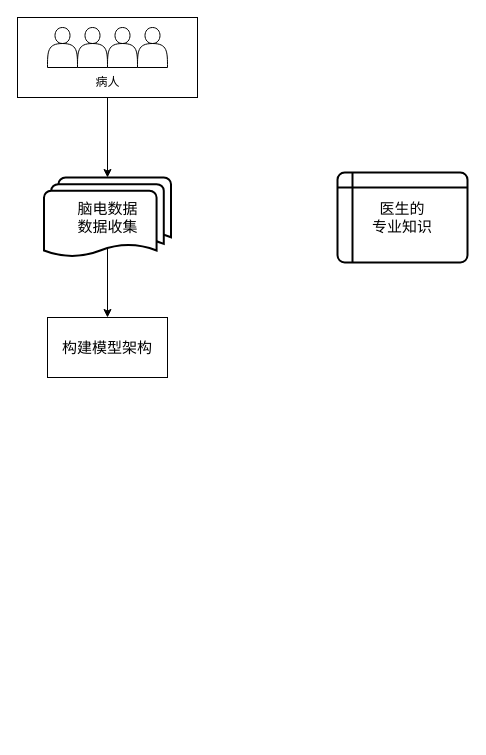
Above: 毕业论文图表/开题报告图表/开题报告流程图.drawio in chenjin/Paper (draw.io), before the change. Source tidied: cells renumbered, new cells numbered last; positions are measured from the earlier drawing's top-left corner, leaving out a move shared by most shapes. Both pictures are drawn from the tidied source at 100%, with x=0, y=0 at pixel (17, 17).
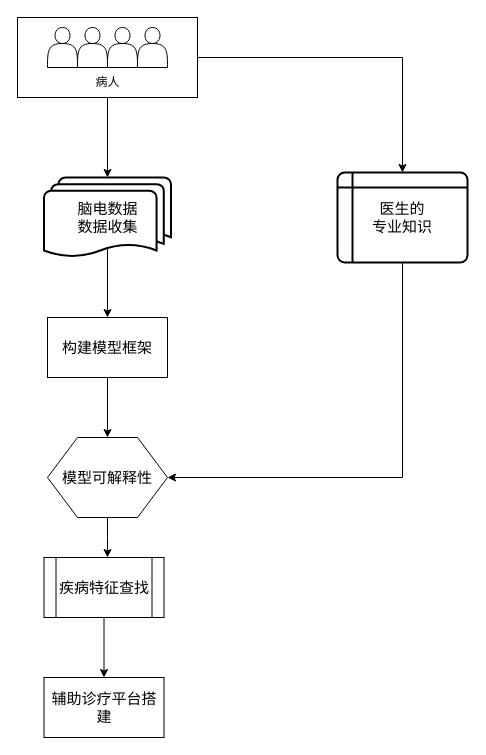
The same diagram, later.

Commit message:
Update 开题报告流程图.drawio

Unchanged cells that the change refers to:
```xml
<mxCell id="10" style="rounded=0;whiteSpace=wrap;html=1;fillColor=none;" parent="4" vertex="1">
  <mxGeometry width="180" height="80" as="geometry" />
</mxCell>
<mxCell id="14" value="&lt;font style=&quot;font-size: 15px&quot;&gt;医生的&lt;br&gt;专业知识&lt;/font&gt;" style="shape=internalStorage;whiteSpace=wrap;html=1;dx=15;dy=15;rounded=1;arcSize=8;strokeWidth=2;fillColor=none;" parent="1" vertex="1">
  <mxGeometry x="320" y="155" width="130" height="90" as="geometry" />
</mxCell>
```

The edit, as a diff of the source:
```diff
@@
+    <mxCell id="15" style="edgeStyle=orthogonalEdgeStyle;rounded=0;jettySize=auto;html=1;exitX=0.5;exitY=1;exitDx=0;exitDy=0;" parent="1" edge="1" source="13" target="19">
+      <mxGeometry relative="1" as="geometry" />
+    </mxCell>
-    <mxCell id="13" value="&lt;font style=&quot;font-size: 15px&quot;&gt;构建模型架构&lt;/font&gt;" style="rounded=0;whiteSpace=wrap;html=1;fillColor=none;" parent="1" vertex="1">
+    <mxCell id="13" value="&lt;font style=&quot;font-size: 15px&quot;&gt;构建模型框架&lt;br&gt;&lt;/font&gt;" style="rounded=0;whiteSpace=wrap;html=1;fillColor=none;" parent="1" vertex="1">
       <mxGeometry x="30" y="300" width="120" height="60" as="geometry" />
     </mxCell>
+    <mxCell id="16" style="edgeStyle=orthogonalEdgeStyle;rounded=0;jettySize=auto;html=1;exitX=0.5;exitY=1;exitDx=0;exitDy=0;entryX=1;entryY=0.5;entryDx=0;entryDy=0;" parent="1" edge="1" source="14" target="19">
+      <mxGeometry relative="1" as="geometry" />
+    </mxCell>
@@
+    <mxCell id="17" style="edgeStyle=orthogonalEdgeStyle;rounded=0;jettySize=auto;html=1;exitX=1;exitY=0.5;exitDx=0;exitDy=0;entryX=0.5;entryY=0;entryDx=0;entryDy=0;" parent="1" edge="1" source="10" target="14">
+      <mxGeometry relative="1" as="geometry" />
+    </mxCell>
+    <mxCell id="18" style="edgeStyle=orthogonalEdgeStyle;rounded=0;jettySize=auto;html=1;exitX=0.5;exitY=1;exitDx=0;exitDy=0;" parent="1" edge="1" source="19">
+      <mxGeometry relative="1" as="geometry">
+        <mxPoint x="90" y="540" as="targetPoint" />
+      </mxGeometry>
+    </mxCell>
+    <mxCell id="19" value="&lt;font style=&quot;font-size: 15px&quot;&gt;模型可解释性&lt;/font&gt;" style="shape=hexagon;perimeter=hexagonPerimeter2;whiteSpace=wrap;html=1;" parent="1" vertex="1">
+      <mxGeometry x="30" y="420" width="120" height="80" as="geometry" />
+    </mxCell>
+    <mxCell id="20" style="edgeStyle=orthogonalEdgeStyle;rounded=0;jettySize=auto;html=1;exitX=0.5;exitY=1;exitDx=0;exitDy=0;" parent="1" edge="1" source="21" target="22">
+      <mxGeometry relative="1" as="geometry" />
+    </mxCell>
+    <mxCell id="21" value="&lt;font style=&quot;font-size: 15px&quot;&gt;疾病特征查找&lt;/font&gt;" style="shape=process;whiteSpace=wrap;html=1;backgroundOutline=1;" parent="1" vertex="1">
+      <mxGeometry x="26.5" y="540" width="120" height="60" as="geometry" />
+    </mxCell>
+    <mxCell id="22" value="&lt;font style=&quot;font-size: 15px&quot;&gt;辅助诊疗平台搭建&lt;br&gt;&lt;/font&gt;" style="rounded=0;whiteSpace=wrap;html=1;fillColor=none;" parent="1" vertex="1">
+      <mxGeometry x="26.5" y="660" width="120" height="60" as="geometry" />
+    </mxCell>
```
